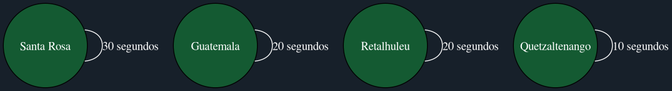
The Graphviz diagram Rapidito/ruta_intermedia.png in Marco131-xel/Edd_Proyecto2, before a commit. Its source is kept beside it as Rapidito/ruta_intermedia.dot.
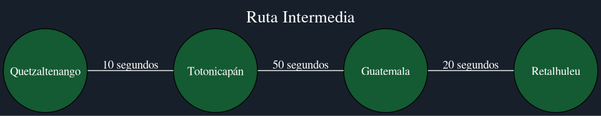
The same file after the commit.

What changed in the source:
```diff
@@ -1,9 +1,20 @@
 graph Ruta {
+  label="Ruta Intermedia";
+  labelloc="t";
+  fontsize=20;
+  fontcolor="white";
   bgcolor="#17202a";
   node [style=filled, fillcolor="#145a32", fontcolor="white", shape=circle, width=1.4, fixedsize=true];
   edge [color="white", fontcolor="white"];
-  "Santa Rosa" -- "Santa Rosa" [label="30 segundos"];
-  "Guatemala" -- "Guatemala" [label="20 segundos"];
-  "Retalhuleu" -- "Retalhuleu" [label="20 segundos"];
-  "Quetzaltenango" -- "Quetzaltenango" [label="10 segundos"];
+  rankdir="LR";
+  "Quetzaltenango";
+  "Quetzaltenango";
+  "Quetzaltenango" -- "Totonicapán" [label="10 segundos"];
+  "Totonicapán";
+  "Totonicapán";
+  "Totonicapán" -- "Guatemala" [label="50 segundos"];
+  "Guatemala";
+  "Guatemala";
+  "Guatemala" -- "Retalhuleu" [label="20 segundos"];
+  "Retalhuleu";
 }
```
